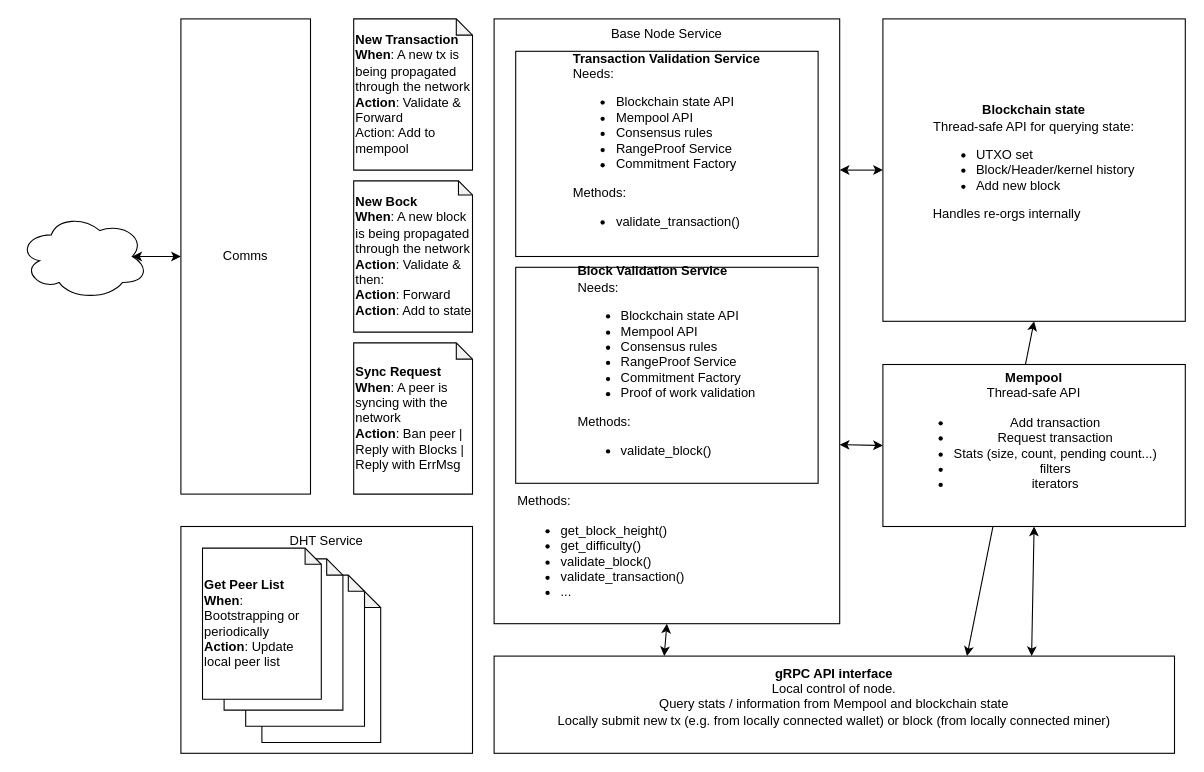
Above: RFC/src/assets/BaseLayerArch.drawio in tari-project/tari (draw.io), before the change. Source tidied: cells renumbered, new cells numbered last; positions are measured from the earlier drawing's top-left corner, leaving out a move shared by most shapes. Both pictures are drawn from the tidied source at 108%, with x=0, y=0 at pixel (18, 18).
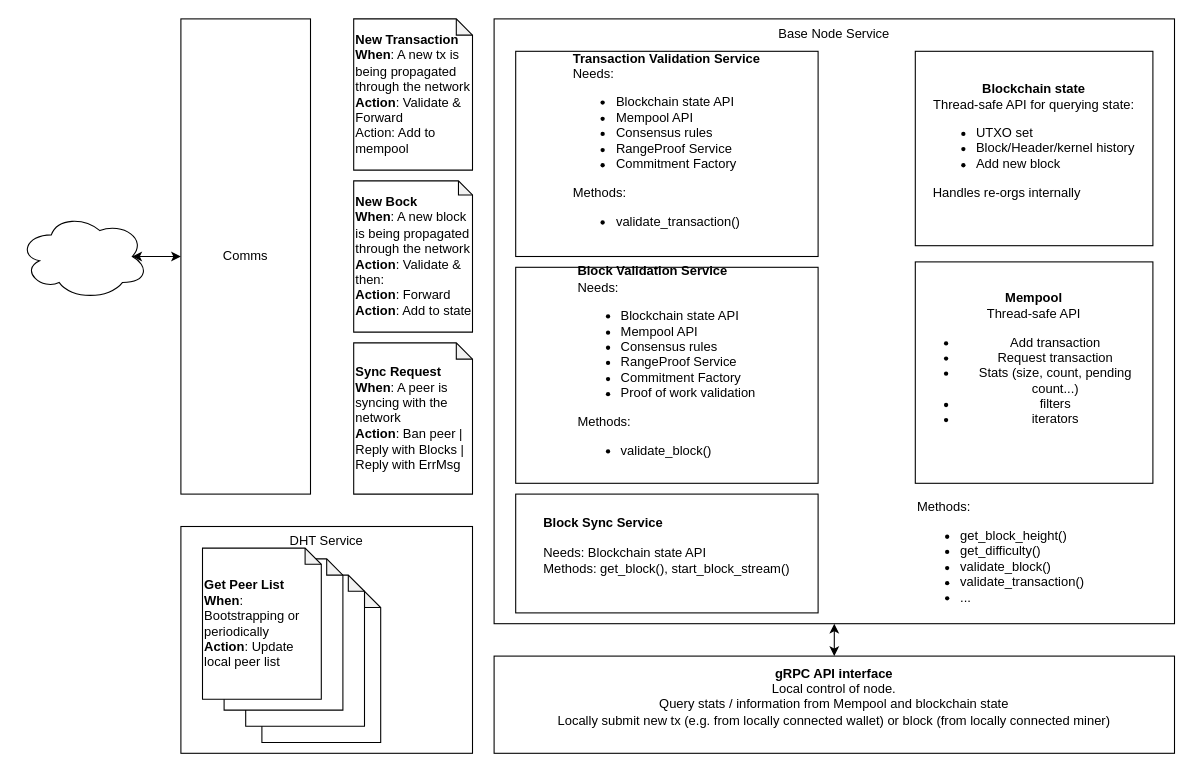
The same page after the edit.

The change refers to these unchanged cells:
```xml
<mxCell id="17" value="&lt;b&gt;gRPC API interface&lt;/b&gt;&lt;br&gt;Local control of node.&lt;br&gt;Query stats / information from Mempool and blockchain state&lt;br&gt;Locally submit new tx (e.g. from locally connected wallet) or block (from locally connected miner)&lt;br&gt;&lt;br&gt;" style="rounded=0;whiteSpace=wrap;html=1;" parent="1" vertex="1">
  <mxGeometry x="440" y="590" width="630" height="90" as="geometry" />
</mxCell>
```

Diff of the diagram source:
```diff
@@
-    <mxCell id="2" style="endArrow=classic;startArrow=classic;html=1;exitX=0.5;exitY=1;exitDx=0;exitDy=0;entryX=0.695;entryY=0;entryDx=0;entryDy=0;entryPerimeter=0;" parent="1" edge="1" source="13" target="17">
-      <mxGeometry relative="1" as="geometry" />
-    </mxCell>
@@
-    <mxCell id="8" value="Base Node Service" style="rounded=0;whiteSpace=wrap;html=1;verticalAlign=top;" parent="1" vertex="1">
-      <mxGeometry x="440" width="320" height="560" as="geometry" />
+    <mxCell id="8" value="Base Node Service" style="rounded=0;whiteSpace=wrap;html=1;verticalAlign=top;fillColor=#FFFFFF;" parent="1" vertex="1">
+      <mxGeometry x="440" width="630" height="560" as="geometry" />
     </mxCell>
@@
     <mxCell id="13" value="&lt;b&gt;Blockchain state&lt;/b&gt;&lt;br&gt;Thread-safe API for querying state:&lt;br&gt;&lt;ul&gt;&lt;li style=&quot;text-align: left&quot;&gt;UTXO set&lt;/li&gt;&lt;li style=&quot;text-align: left&quot;&gt;Block/Header/kernel history&lt;/li&gt;&lt;li style=&quot;text-align: left&quot;&gt;Add new block&lt;/li&gt;&lt;/ul&gt;&lt;span&gt;&lt;div style=&quot;text-align: left&quot;&gt;&lt;span&gt;Handles re-orgs internally&lt;/span&gt;&lt;/div&gt;&lt;/span&gt;&lt;br&gt;" style="rounded=0;whiteSpace=wrap;html=1;" parent="1" vertex="1">
-      <mxGeometry x="800" width="280" height="280" as="geometry" />
+      <mxGeometry x="830" y="30" width="220" height="180" as="geometry" />
     </mxCell>
     <mxCell id="14" value="&lt;b&gt;Mempool&lt;/b&gt;&lt;br&gt;Thread-safe API&lt;br&gt;&lt;ul&gt;&lt;li&gt;Add transaction&lt;/li&gt;&lt;li&gt;Request transaction&lt;/li&gt;&lt;li&gt;Stats (size, count, pending count...)&lt;/li&gt;&lt;li&gt;filters&lt;/li&gt;&lt;li&gt;iterators&lt;/li&gt;&lt;/ul&gt;&lt;br&gt;" style="rounded=0;whiteSpace=wrap;html=1;" parent="1" vertex="1">
-      <mxGeometry x="800" y="320" width="280" height="150" as="geometry" />
+      <mxGeometry x="830" y="225" width="220" height="205" as="geometry" />
     </mxCell>
@@
-    <mxCell id="20" style="endArrow=classic;startArrow=classic;html=1;exitX=1;exitY=0.25;exitDx=0;exitDy=0;entryX=0;entryY=0.5;entryDx=0;entryDy=0;" parent="1" edge="1" source="8" target="13">
-      <mxGeometry relative="1" as="geometry" />
-    </mxCell>
-    <mxCell id="21" style="endArrow=classic;startArrow=classic;html=1;entryX=0;entryY=0.5;entryDx=0;entryDy=0;exitX=1;exitY=0.704;exitDx=0;exitDy=0;exitPerimeter=0;" parent="1" edge="1" source="8" target="14">
-      <mxGeometry relative="1" as="geometry" />
-    </mxCell>
-    <mxCell id="22" style="endArrow=classic;startArrow=classic;html=1;entryX=0.25;entryY=0;entryDx=0;entryDy=0;exitX=0.5;exitY=1;exitDx=0;exitDy=0;" parent="1" edge="1" source="8" target="17">
+    <mxCell id="22" style="endArrow=classic;startArrow=classic;html=1;entryX=0.5;entryY=0;entryDx=0;entryDy=0;exitX=0.5;exitY=1;exitDx=0;exitDy=0;" parent="1" edge="1" source="8" target="17">
       <mxGeometry relative="1" as="geometry" />
     </mxCell>
-    <mxCell id="23" style="endArrow=classic;startArrow=classic;html=1;exitX=0.5;exitY=1;exitDx=0;exitDy=0;entryX=0.79;entryY=0;entryDx=0;entryDy=0;entryPerimeter=0;" parent="1" edge="1" source="14" target="17">
-      <mxGeometry relative="1" as="geometry" />
-    </mxCell>
     <mxCell id="24" value="Methods:&lt;br&gt;&lt;ul&gt;&lt;li&gt;get_block_height()&lt;/li&gt;&lt;li&gt;get_difficulty()&lt;/li&gt;&lt;li&gt;validate_block()&lt;/li&gt;&lt;li&gt;validate_transaction()&lt;/li&gt;&lt;li&gt;...&lt;/li&gt;&lt;/ul&gt;" style="text;html=1;strokeColor=none;fillColor=none;align=left;verticalAlign=middle;whiteSpace=wrap;rounded=0;" parent="1" vertex="1">
-      <mxGeometry x="460" y="430" width="280" height="130" as="geometry" />
+      <mxGeometry x="830" y="435" width="220" height="130" as="geometry" />
     </mxCell>
+    <mxCell id="25" value="&lt;div style=&quot;text-align: left&quot;&gt;&lt;b&gt;Block Sync Service&lt;/b&gt;&lt;/div&gt;&lt;div style=&quot;text-align: left&quot;&gt;&lt;span&gt;&lt;br&gt;&lt;/span&gt;&lt;/div&gt;&lt;div style=&quot;text-align: left&quot;&gt;&lt;span&gt;Needs:&amp;nbsp;&lt;/span&gt;&lt;span&gt;Blockchain state API&lt;/span&gt;&lt;/div&gt;&lt;div style=&quot;text-align: left&quot;&gt;Methods: get_block(), start_block_stream()&lt;/div&gt;&lt;div style=&quot;text-align: left&quot;&gt;&lt;br&gt;&lt;/div&gt;" style="rounded=0;whiteSpace=wrap;html=1;" parent="1" vertex="1">
+      <mxGeometry x="460" y="440" width="280" height="110" as="geometry" />
+    </mxCell>
```
